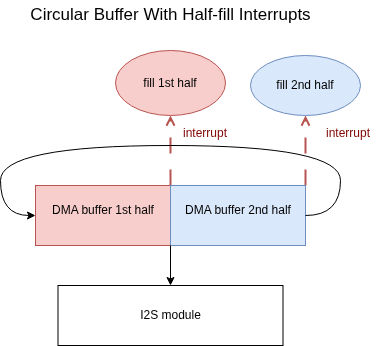
Before: graphes/DMA_buffer.drawio.png, a diagram exported from draw.io (BotWaveUT/Documentations). Source tidied: cells renumbered, new cells last; positions are measured from the earlier drawing's top-left corner, leaving out a move shared by most shapes. Its diagram source:
```xml
<mxGraphModel>
  <root>
    <mxCell id="0" />
    <mxCell id="1" parent="0" />
    <mxCell id="2" style="rounded=0;whiteSpace=wrap;html=1;fillColor=none;" parent="1" vertex="1">
      <mxGeometry x="35" y="185" width="270" height="60" as="geometry" />
    </mxCell>
    <mxCell id="3" style="edgeStyle=none;html=1;exitX=1;exitY=0;exitDx=0;exitDy=0;entryX=0.5;entryY=1;entryDx=0;entryDy=0;dashed=1;dashPattern=8 8;endArrow=open;endFill=0;fillColor=#f8cecc;strokeColor=#b85450;strokeWidth=2;" parent="1" edge="1" source="4" target="14">
      <mxGeometry relative="1" as="geometry" />
    </mxCell>
    <mxCell id="4" style="rounded=0;whiteSpace=wrap;html=1;fillColor=#f8cecc;strokeColor=#b85450;" parent="1" vertex="1">
      <mxGeometry x="35" y="185" width="135" height="60" as="geometry" />
    </mxCell>
    <mxCell id="5" style="edgeStyle=none;html=1;entryX=0.5;entryY=1;entryDx=0;entryDy=0;exitX=1;exitY=0;exitDx=0;exitDy=0;dashed=1;dashPattern=8 8;endArrow=open;endFill=0;fillColor=#f8cecc;strokeColor=#b85450;strokeWidth=2;" parent="1" edge="1" source="6" target="15">
      <mxGeometry relative="1" as="geometry" />
    </mxCell>
    <mxCell id="6" style="rounded=0;whiteSpace=wrap;html=1;fillColor=#dae8fc;strokeColor=#6c8ebf;" parent="1" vertex="1">
      <mxGeometry x="170" y="185" width="135" height="60" as="geometry" />
    </mxCell>
    <mxCell id="7" value="DMA buffer 1st half" style="text;html=1;align=center;verticalAlign=middle;whiteSpace=wrap;rounded=0;" parent="1" vertex="1">
      <mxGeometry x="47.5" y="195" width="110" height="30" as="geometry" />
    </mxCell>
    <mxCell id="8" style="endArrow=classic;html=1;exitX=1;exitY=0.5;exitDx=0;exitDy=0;edgeStyle=orthogonalEdgeStyle;curved=1;" parent="1" edge="1" source="2">
      <mxGeometry relative="1" as="geometry">
        <mxPoint x="35" y="215" as="targetPoint" />
        <Array as="points">
          <mxPoint x="340" y="215" />
          <mxPoint x="340" y="145" />
          <mxPoint y="145" />
          <mxPoint y="215" />
        </Array>
      </mxGeometry>
    </mxCell>
    <mxCell id="9" value="Circular Buffer With Half-fill Interrupts" style="text;html=1;align=center;verticalAlign=middle;whiteSpace=wrap;rounded=0;fontSize=17;" parent="1" vertex="1">
      <mxGeometry x="27.5" width="285" height="30" as="geometry" />
    </mxCell>
    <mxCell id="10" style="rounded=0;whiteSpace=wrap;html=1;" parent="1" vertex="1">
      <mxGeometry x="57.5" y="285" width="225" height="60" as="geometry" />
    </mxCell>
    <mxCell id="11" style="edgeStyle=none;html=1;exitX=0.5;exitY=1;exitDx=0;exitDy=0;entryX=0.5;entryY=0;entryDx=0;entryDy=0;" parent="1" edge="1" target="10">
      <mxGeometry relative="1" as="geometry">
        <mxPoint x="170" y="245" as="sourcePoint" />
      </mxGeometry>
    </mxCell>
    <mxCell id="12" value="I2S module" style="text;html=1;align=center;verticalAlign=middle;whiteSpace=wrap;rounded=0;" parent="1" vertex="1">
      <mxGeometry x="127.5" y="300" width="85" height="30" as="geometry" />
    </mxCell>
    <mxCell id="13" value="DMA buffer 2nd half" style="text;html=1;align=center;verticalAlign=middle;whiteSpace=wrap;rounded=0;" parent="1" vertex="1">
      <mxGeometry x="182.5" y="195" width="110" height="30" as="geometry" />
    </mxCell>
    <mxCell id="14" value="fill 1st half" style="ellipse;whiteSpace=wrap;html=1;fillColor=#f8cecc;strokeColor=#b85450;" parent="1" vertex="1">
      <mxGeometry x="115" y="50" width="110" height="65" as="geometry" />
    </mxCell>
    <mxCell id="15" value="fill 2nd half" style="ellipse;whiteSpace=wrap;html=1;fillColor=#dae8fc;strokeColor=#6c8ebf;" parent="1" vertex="1">
      <mxGeometry x="250" y="55" width="110" height="60" as="geometry" />
    </mxCell>
    <mxCell id="16" value="&lt;font style=&quot;color: rgb(128, 5, 5);&quot;&gt;interrupt&lt;/font&gt;" style="text;html=1;align=center;verticalAlign=middle;whiteSpace=wrap;rounded=0;" parent="1" vertex="1">
      <mxGeometry x="170" y="110" width="70" height="45" as="geometry" />
    </mxCell>
    <mxCell id="17" value="&lt;font style=&quot;color: rgb(128, 5, 5);&quot;&gt;interrupt&lt;/font&gt;" style="text;html=1;align=center;verticalAlign=middle;whiteSpace=wrap;rounded=0;" parent="1" vertex="1">
      <mxGeometry x="312.5" y="110" width="70" height="45" as="geometry" />
    </mxCell>
  </root>
</mxGraphModel>
```
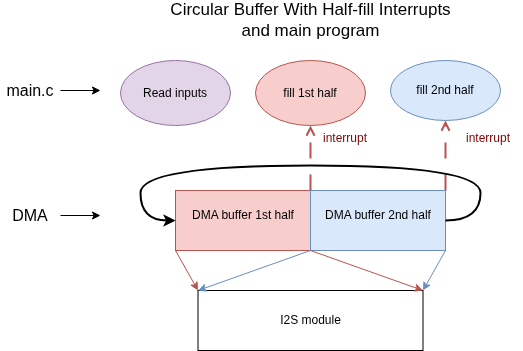
The same file after the commit.

The edit, as a diff of the source:
```diff
@@ -1,4 +1,4 @@
-<mxGraphModel>
+<mxGraphModel background="#ffffff" shadow="1">
   <root>
     <mxCell id="0" />
     <mxCell id="1" parent="0" />
@@ -20,27 +20,25 @@
     <mxCell id="7" value="DMA buffer 1st half" style="text;html=1;align=center;verticalAlign=middle;whiteSpace=wrap;rounded=0;" parent="1" vertex="1">
       <mxGeometry x="47.5" y="195" width="110" height="30" as="geometry" />
     </mxCell>
-    <mxCell id="8" style="endArrow=classic;html=1;exitX=1;exitY=0.5;exitDx=0;exitDy=0;edgeStyle=orthogonalEdgeStyle;curved=1;" parent="1" edge="1" source="2">
+    <mxCell id="8" style="endArrow=classic;html=1;exitX=1;exitY=0.5;exitDx=0;exitDy=0;edgeStyle=orthogonalEdgeStyle;curved=1;strokeWidth=2;" parent="1" edge="1" source="2">
       <mxGeometry relative="1" as="geometry">
         <mxPoint x="35" y="215" as="targetPoint" />
         <Array as="points">
           <mxPoint x="340" y="215" />
-          <mxPoint x="340" y="145" />
-          <mxPoint y="145" />
+          <mxPoint x="340" y="160" />
+          <mxPoint y="160" />
           <mxPoint y="215" />
         </Array>
       </mxGeometry>
     </mxCell>
-    <mxCell id="9" value="Circular Buffer With Half-fill Interrupts" style="text;html=1;align=center;verticalAlign=middle;whiteSpace=wrap;rounded=0;fontSize=17;" parent="1" vertex="1">
+    <mxCell id="9" value="Circular Buffer With Half-fill Interrupts and main program" style="text;html=1;align=center;verticalAlign=middle;whiteSpace=wrap;rounded=0;fontSize=17;" parent="1" vertex="1">
       <mxGeometry x="27.5" width="285" height="30" as="geometry" />
     </mxCell>
     <mxCell id="10" style="rounded=0;whiteSpace=wrap;html=1;" parent="1" vertex="1">
       <mxGeometry x="57.5" y="285" width="225" height="60" as="geometry" />
     </mxCell>
-    <mxCell id="11" style="edgeStyle=none;html=1;exitX=0.5;exitY=1;exitDx=0;exitDy=0;entryX=0.5;entryY=0;entryDx=0;entryDy=0;" parent="1" edge="1" target="10">
-      <mxGeometry relative="1" as="geometry">
-        <mxPoint x="170" y="245" as="sourcePoint" />
-      </mxGeometry>
+    <mxCell id="11" style="edgeStyle=none;html=1;exitX=0;exitY=1;exitDx=0;exitDy=0;entryX=0;entryY=0;entryDx=0;entryDy=0;fillColor=#f8cecc;strokeColor=#b85450;" parent="1" edge="1" source="2" target="10">
+      <mxGeometry relative="1" as="geometry" />
     </mxCell>
     <mxCell id="12" value="I2S module" style="text;html=1;align=center;verticalAlign=middle;whiteSpace=wrap;rounded=0;" parent="1" vertex="1">
       <mxGeometry x="127.5" y="300" width="85" height="30" as="geometry" />
@@ -49,7 +47,7 @@
       <mxGeometry x="182.5" y="195" width="110" height="30" as="geometry" />
     </mxCell>
     <mxCell id="14" value="fill 1st half" style="ellipse;whiteSpace=wrap;html=1;fillColor=#f8cecc;strokeColor=#b85450;" parent="1" vertex="1">
-      <mxGeometry x="115" y="50" width="110" height="65" as="geometry" />
+      <mxGeometry x="115" y="55" width="110" height="65" as="geometry" />
     </mxCell>
     <mxCell id="15" value="fill 2nd half" style="ellipse;whiteSpace=wrap;html=1;fillColor=#dae8fc;strokeColor=#6c8ebf;" parent="1" vertex="1">
       <mxGeometry x="250" y="55" width="110" height="60" as="geometry" />
@@ -60,5 +58,33 @@
     <mxCell id="17" value="&lt;font style=&quot;color: rgb(128, 5, 5);&quot;&gt;interrupt&lt;/font&gt;" style="text;html=1;align=center;verticalAlign=middle;whiteSpace=wrap;rounded=0;" parent="1" vertex="1">
       <mxGeometry x="312.5" y="110" width="70" height="45" as="geometry" />
     </mxCell>
+    <mxCell id="18" style="edgeStyle=none;html=1;" parent="1" edge="1" source="19">
+      <mxGeometry relative="1" as="geometry">
+        <mxPoint x="-40" y="85" as="targetPoint" />
+      </mxGeometry>
+    </mxCell>
+    <mxCell id="19" value="main.c" style="text;html=1;align=center;verticalAlign=middle;whiteSpace=wrap;rounded=0;fontSize=16;" parent="1" vertex="1">
+      <mxGeometry x="-140" y="70" width="60" height="30" as="geometry" />
+    </mxCell>
+    <mxCell id="20" value="Read inputs" style="ellipse;whiteSpace=wrap;html=1;fillColor=#e1d5e7;strokeColor=#9673a6;" parent="1" vertex="1">
+      <mxGeometry x="-20" y="55" width="110" height="65" as="geometry" />
+    </mxCell>
+    <mxCell id="21" style="edgeStyle=none;html=1;" parent="1" edge="1" source="22">
+      <mxGeometry relative="1" as="geometry">
+        <mxPoint x="-40" y="210" as="targetPoint" />
+      </mxGeometry>
+    </mxCell>
+    <mxCell id="22" value="DMA" style="text;html=1;align=center;verticalAlign=middle;whiteSpace=wrap;rounded=0;fontSize=16;" parent="1" vertex="1">
+      <mxGeometry x="-140" y="195" width="60" height="30" as="geometry" />
+    </mxCell>
+    <mxCell id="23" style="edgeStyle=none;html=1;exitX=0.5;exitY=1;exitDx=0;exitDy=0;entryX=0;entryY=0;entryDx=0;entryDy=0;fillColor=#dae8fc;strokeColor=#6c8ebf;" parent="1" edge="1" source="2" target="10">
+      <mxGeometry relative="1" as="geometry" />
+    </mxCell>
+    <mxCell id="24" style="edgeStyle=none;html=1;exitX=0;exitY=1;exitDx=0;exitDy=0;entryX=1;entryY=0;entryDx=0;entryDy=0;fillColor=#f8cecc;strokeColor=#b85450;" parent="1" edge="1" source="6" target="10">
+      <mxGeometry relative="1" as="geometry" />
+    </mxCell>
+    <mxCell id="25" style="edgeStyle=none;html=1;exitX=1;exitY=1;exitDx=0;exitDy=0;entryX=1;entryY=0;entryDx=0;entryDy=0;fillColor=#dae8fc;strokeColor=#6c8ebf;" parent="1" edge="1" source="2" target="10">
+      <mxGeometry relative="1" as="geometry" />
+    </mxCell>
   </root>
 </mxGraphModel>
```
